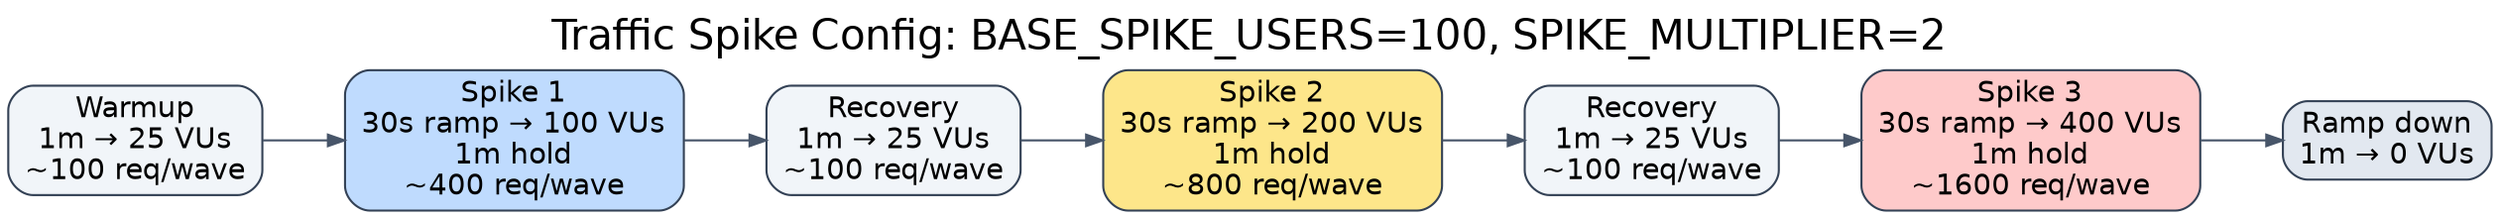
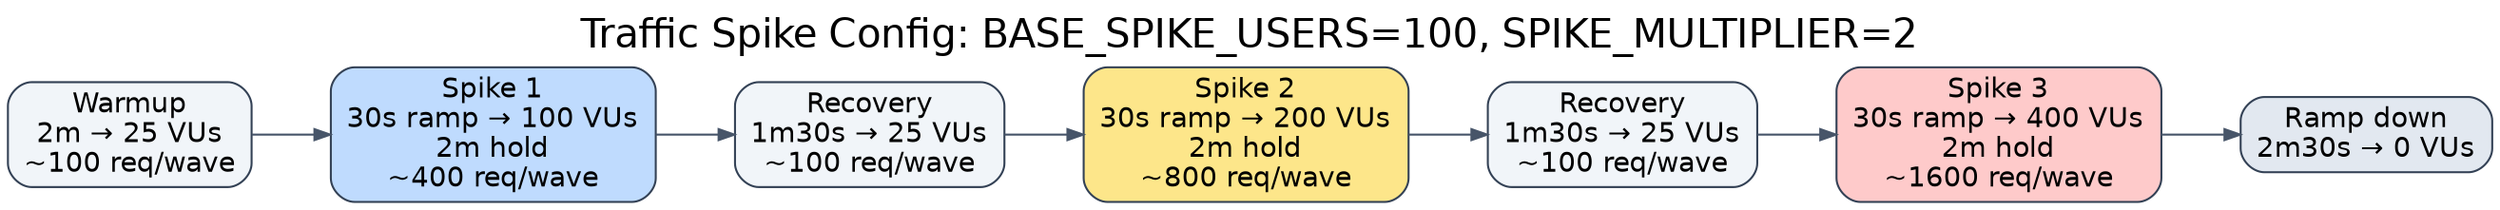
digraph traffic_spike {
  graph [
    rankdir=LR,
    labelloc=t,
    label="Traffic Spike Config: BASE_SPIKE_USERS=100, SPIKE_MULTIPLIER=2",
    fontsize=20,
    fontname="Helvetica",
    nodesep=0.35,
    ranksep=0.55
  ];

  node [shape=box, style="rounded,filled", fontname="Helvetica", color="#334155", fillcolor="#f8fafc"];
  edge [color="#475569", arrowsize=0.8, fontname="Helvetica", fontsize=10];

-   warmup [label="Warmup\n1m → 25 VUs\n~100 req/wave", fillcolor="#f1f5f9"];
-   spike1 [label="Spike 1\n30s ramp → 100 VUs\n1m hold\n~400 req/wave", fillcolor="#bfdbfe"];
-   recovery1 [label="Recovery\n1m → 25 VUs\n~100 req/wave", fillcolor="#f1f5f9"];
-   spike2 [label="Spike 2\n30s ramp → 200 VUs\n1m hold\n~800 req/wave", fillcolor="#fde68a"];
-   recovery2 [label="Recovery\n1m → 25 VUs\n~100 req/wave", fillcolor="#f1f5f9"];
-   spike3 [label="Spike 3\n30s ramp → 400 VUs\n1m hold\n~1600 req/wave", fillcolor="#fecaca"];
-   rampdown [label="Ramp down\n1m → 0 VUs", fillcolor="#e2e8f0"];
+   warmup [label="Warmup\n2m → 25 VUs\n~100 req/wave", fillcolor="#f1f5f9"];
+   spike1 [label="Spike 1\n30s ramp → 100 VUs\n2m hold\n~400 req/wave", fillcolor="#bfdbfe"];
+   recovery1 [label="Recovery\n1m30s → 25 VUs\n~100 req/wave", fillcolor="#f1f5f9"];
+   spike2 [label="Spike 2\n30s ramp → 200 VUs\n2m hold\n~800 req/wave", fillcolor="#fde68a"];
+   recovery2 [label="Recovery\n1m30s → 25 VUs\n~100 req/wave", fillcolor="#f1f5f9"];
+   spike3 [label="Spike 3\n30s ramp → 400 VUs\n2m hold\n~1600 req/wave", fillcolor="#fecaca"];
+   rampdown [label="Ramp down\n2m30s → 0 VUs", fillcolor="#e2e8f0"];

  warmup -> spike1 -> recovery1 -> spike2 -> recovery2 -> spike3 -> rampdown;
}

